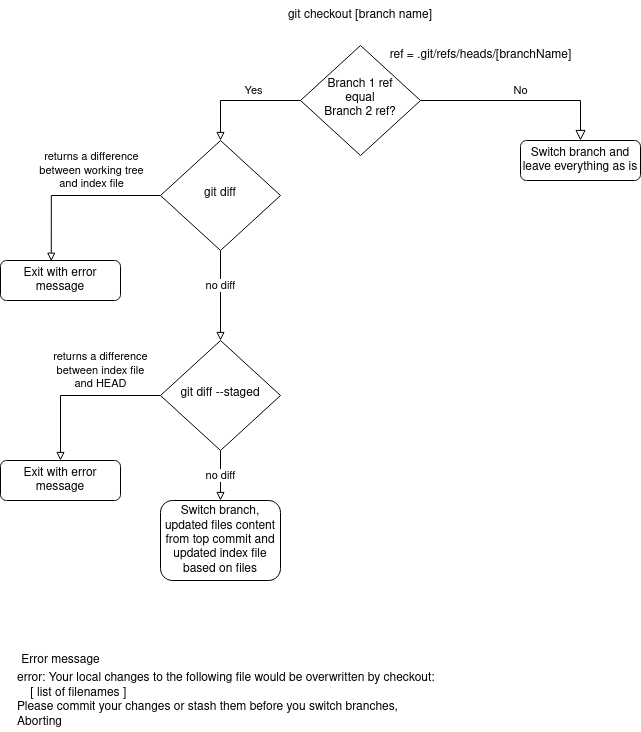
Before: docs/artifacts/images/git_checkout_switch_branch.png, a diagram exported from draw.io (varkiwi/git3-client). Source tidied: cells renumbered, new cells last; positions are measured from the earlier drawing's top-left corner, leaving out a move shared by most shapes.
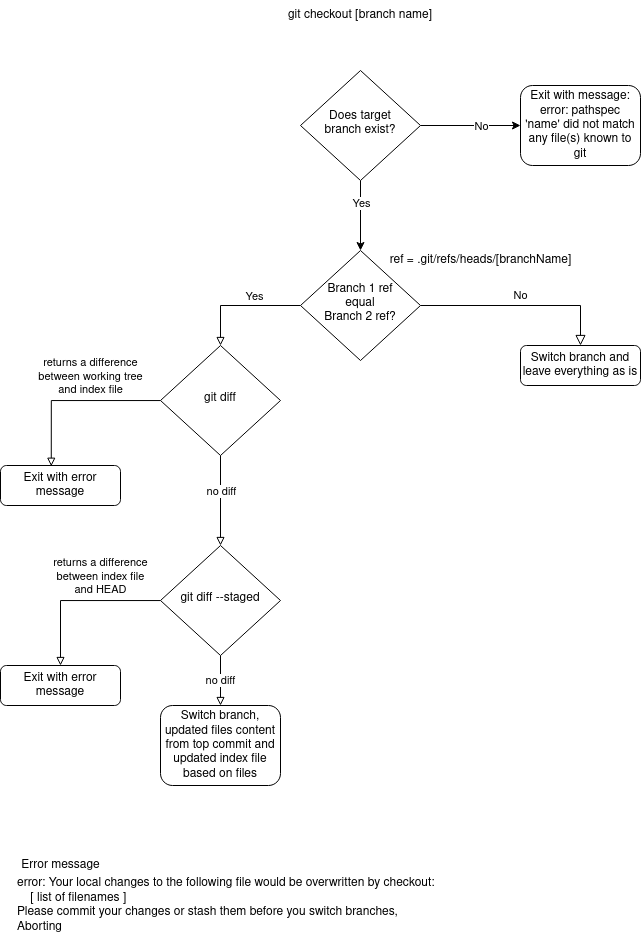
The same diagram one commit later.

Commit message:
Update checkout flow

The edit, as a diff of the source:
```diff
@@ -20,7 +20,7 @@
       <mxGeometry x="520" y="140" width="120" height="40" as="geometry" />
     </mxCell>
     <mxCell id="7" value="git checkout [branch name]" style="text;html=1;strokeColor=none;fillColor=none;align=center;verticalAlign=middle;whiteSpace=wrap;rounded=0;" parent="1" vertex="1">
-      <mxGeometry x="270" width="180" height="30" as="geometry" />
+      <mxGeometry x="270" y="-205" width="180" height="30" as="geometry" />
     </mxCell>
     <mxCell id="8" value="Exit with error message" style="rounded=1;whiteSpace=wrap;html=1;fontSize=12;glass=0;strokeWidth=1;shadow=0;" parent="1" vertex="1">
       <mxGeometry y="260" width="120" height="40" as="geometry" />
@@ -71,5 +71,23 @@
     <mxCell id="22" value="ref = .git/refs/heads/[branchName]" style="text;html=1;align=center;verticalAlign=middle;strokeColor=none;fillColor=none;" parent="1" vertex="1">
       <mxGeometry x="380" y="45" width="200" height="20" as="geometry" />
     </mxCell>
+    <mxCell id="23" style="edgeStyle=orthogonalEdgeStyle;rounded=0;jettySize=auto;html=1;entryX=0.5;entryY=0;entryDx=0;entryDy=0;" parent="1" edge="1" source="27" target="5">
+      <mxGeometry relative="1" as="geometry" />
+    </mxCell>
+    <mxCell id="24" value="Yes" style="edgeLabel;html=1;align=center;verticalAlign=middle;" parent="23" vertex="1">
+      <mxGeometry x="-0.36" relative="1" as="geometry" />
+    </mxCell>
+    <mxCell id="25" style="edgeStyle=orthogonalEdgeStyle;rounded=0;jettySize=auto;html=1;entryX=0;entryY=0.5;entryDx=0;entryDy=0;" parent="1" edge="1" source="27" target="28">
+      <mxGeometry relative="1" as="geometry" />
+    </mxCell>
+    <mxCell id="26" value="No" style="edgeLabel;html=1;align=center;verticalAlign=middle;" parent="25" vertex="1">
+      <mxGeometry x="0.21" relative="1" as="geometry" />
+    </mxCell>
+    <mxCell id="27" value="&lt;div&gt;Does target &lt;br&gt;&lt;/div&gt;&lt;div&gt;branch exist?&lt;/div&gt;" style="rhombus;whiteSpace=wrap;html=1;shadow=0;fontFamily=Helvetica;fontSize=12;align=center;strokeWidth=1;spacing=6;spacingTop=-4;" parent="1" vertex="1">
+      <mxGeometry x="300" y="-135" width="120" height="110" as="geometry" />
+    </mxCell>
+    <mxCell id="28" value="Exit with message: error: pathspec 'name' did not match any file(s) known to git" style="rounded=1;whiteSpace=wrap;html=1;fontSize=12;glass=0;strokeWidth=1;shadow=0;" parent="1" vertex="1">
+      <mxGeometry x="520" y="-120" width="120" height="80" as="geometry" />
+    </mxCell>
   </root>
 </mxGraphModel>
```
